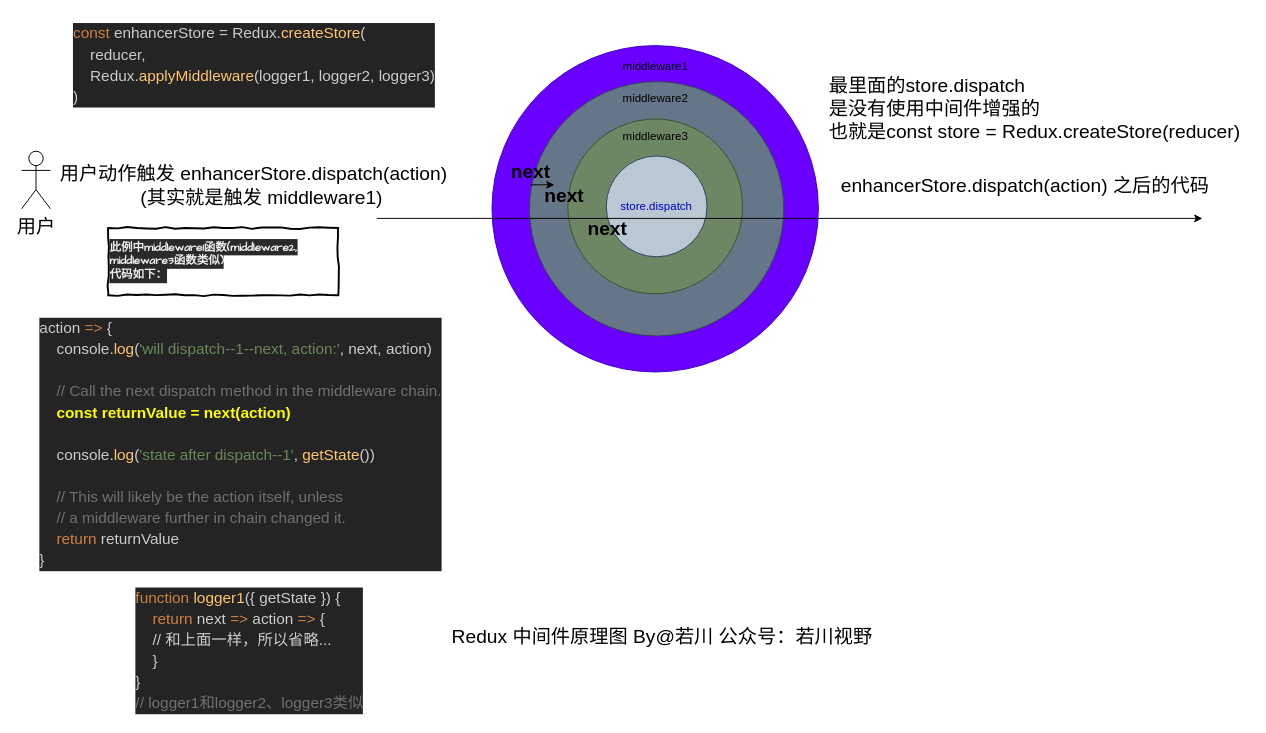
Before: xmind/test.drawio in ruochuan12/redux-analysis, a draw.io diagram. Source tidied: cells renumbered, new cells numbered last; positions are measured from the earlier drawing's top-left corner, leaving out a move shared by most shapes. Both pictures are drawn from the tidied source at 96%, with x=0, y=0 at pixel (21, 16).
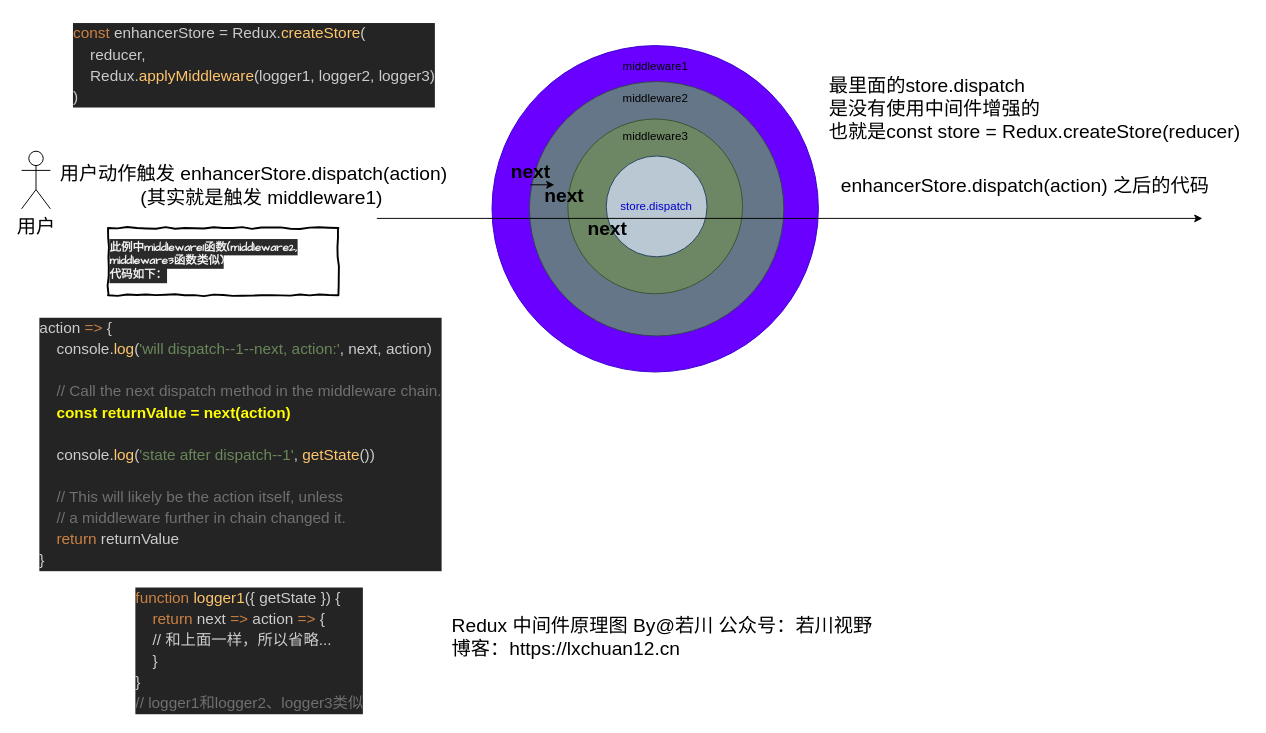
Above is the later version.

Commit message (it also covers changes not shown here):
feat: 添加中间件原理图

The edit, as a diff of the source:
```diff
@@
-    <mxCell id="18" value="Redux 中间件原理图 By@若川 公众号：若川视野" style="text;html=1;align=center;verticalAlign=middle;fontSize=20;fontFamily=Helvetica;" parent="1" vertex="1">
-      <mxGeometry x="442" y="630" width="450" height="30" as="geometry" />
+    <mxCell id="18" value="&lt;div style=&quot;text-align: left&quot;&gt;&lt;span&gt;Redux 中间件原理图 By@若川 公众号：若川视野&lt;/span&gt;&lt;/div&gt;&lt;div style=&quot;text-align: left&quot;&gt;&lt;span&gt;博客：https://lxchuan12.cn&lt;/span&gt;&lt;/div&gt;" style="text;html=1;align=center;verticalAlign=middle;fontSize=20;fontFamily=Helvetica;" parent="1" vertex="1">
+      <mxGeometry x="442" y="620" width="450" height="50" as="geometry" />
     </mxCell>
```
